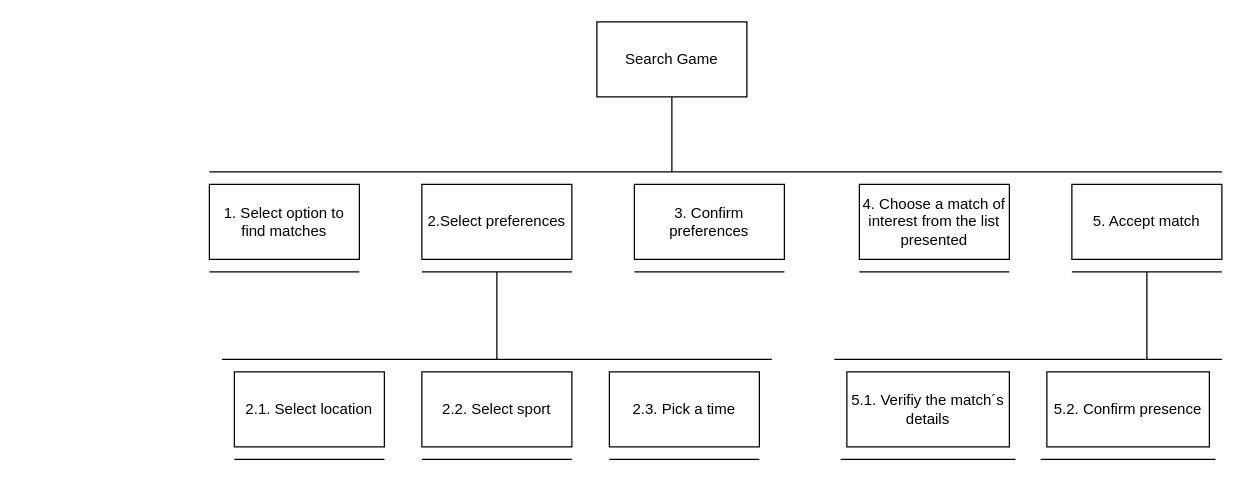
Before: docs/aux/task1.drawio in TQS-Project-25-26/SportsLink, a draw.io diagram. Source tidied: cells renumbered, new cells numbered last; positions are measured from the earlier drawing's top-left corner, leaving out a move shared by most shapes. Both pictures are drawn from the tidied source at 125%, with x=0, y=0 at pixel (209, 21).
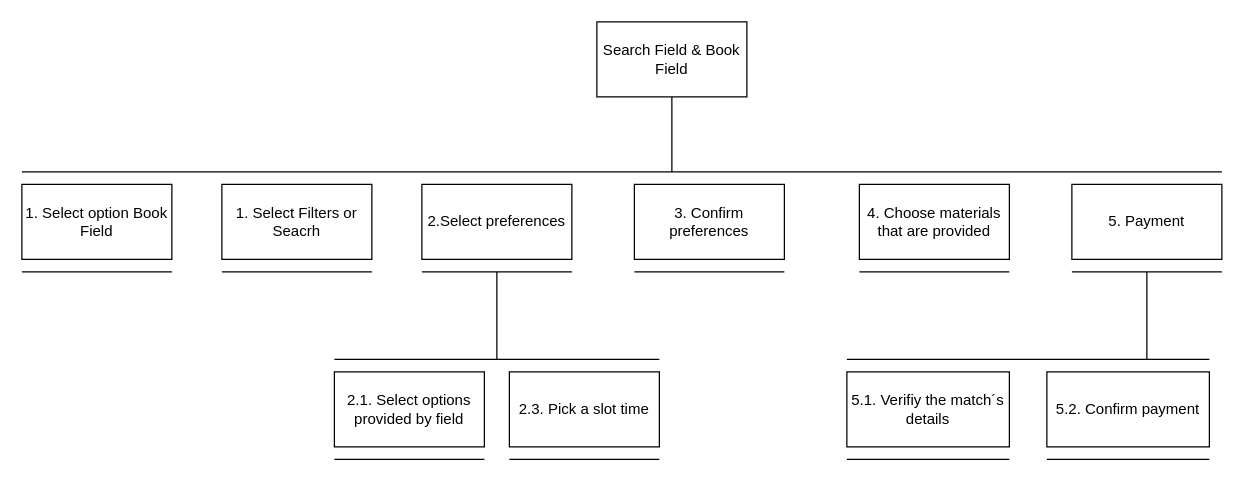
The same diagram, later.

Diff of the diagram source:
```diff
@@
-    <mxCell id="2" value="Search Game" style="rounded=0;whiteSpace=wrap;html=1;" parent="1" vertex="1">
+    <mxCell id="2" value="Search Field &amp;amp; Book Field" style="rounded=0;whiteSpace=wrap;html=1;" parent="1" vertex="1">
       <mxGeometry x="310" width="120" height="60" as="geometry" />
     </mxCell>
-    <mxCell id="3" value="1. S&lt;span&gt;elect option to find matches&lt;/span&gt;" style="rounded=0;whiteSpace=wrap;html=1;" parent="1" vertex="1">
-      <mxGeometry y="130" width="120" height="60" as="geometry" />
+    <mxCell id="3" value="1. S&lt;span&gt;elect option Book Field&lt;/span&gt;" style="rounded=0;whiteSpace=wrap;html=1;" parent="1" vertex="1">
+      <mxGeometry x="-150" y="130" width="120" height="60" as="geometry" />
     </mxCell>
@@
-    <mxCell id="6" value="4. Choose a match of interest from the list presented" style="rounded=0;whiteSpace=wrap;html=1;" parent="1" vertex="1">
+    <mxCell id="6" value="4. Choose materials that are provided" style="rounded=0;whiteSpace=wrap;html=1;" parent="1" vertex="1">
       <mxGeometry x="520" y="130" width="120" height="60" as="geometry" />
     </mxCell>
-    <mxCell id="7" value="5. Accept match" style="rounded=0;whiteSpace=wrap;html=1;" parent="1" vertex="1">
+    <mxCell id="7" value="5. Payment" style="rounded=0;whiteSpace=wrap;html=1;" parent="1" vertex="1">
       <mxGeometry x="690" y="130" width="120" height="60" as="geometry" />
     </mxCell>
@@
     <mxCell id="10" style="endArrow=none;html=1;" parent="1" edge="1">
       <mxGeometry relative="1" as="geometry">
-        <mxPoint y="120" as="sourcePoint" />
+        <mxPoint x="-150" y="120" as="sourcePoint" />
         <mxPoint x="810" y="120" as="targetPoint" />
       </mxGeometry>
     </mxCell>
     <mxCell id="11" style="endArrow=none;html=1;" parent="1" edge="1">
       <mxGeometry relative="1" as="geometry">
-        <mxPoint y="200" as="sourcePoint" />
-        <mxPoint x="120" y="200" as="targetPoint" />
+        <mxPoint x="-150" y="200" as="sourcePoint" />
+        <mxPoint x="-30" y="200" as="targetPoint" />
       </mxGeometry>
     </mxCell>
@@
     <mxCell id="15" style="endArrow=none;html=1;" parent="1" edge="1">
       <mxGeometry relative="1" as="geometry">
-        <mxPoint x="505" y="350" as="sourcePoint" />
-        <mxPoint x="645" y="350" as="targetPoint" />
+        <mxPoint x="510" y="350" as="sourcePoint" />
+        <mxPoint x="640" y="350" as="targetPoint" />
       </mxGeometry>
     </mxCell>
@@
     <mxCell id="17" style="endArrow=none;html=1;" parent="1" edge="1">
       <mxGeometry relative="1" as="geometry">
-        <mxPoint x="10" y="270" as="sourcePoint" />
-        <mxPoint x="450" y="270" as="targetPoint" />
+        <mxPoint x="100" y="270" as="sourcePoint" />
+        <mxPoint x="360" y="270" as="targetPoint" />
       </mxGeometry>
     </mxCell>
-    <mxCell id="18" value="2.1. Select location" style="rounded=0;whiteSpace=wrap;html=1;" parent="1" vertex="1">
-      <mxGeometry x="20" y="280" width="120" height="60" as="geometry" />
+    <mxCell id="18" value="2.1. Select options provided by field" style="rounded=0;whiteSpace=wrap;html=1;" parent="1" vertex="1">
+      <mxGeometry x="100" y="280" width="120" height="60" as="geometry" />
     </mxCell>
-    <mxCell id="19" value="2.2. Select sport" style="rounded=0;whiteSpace=wrap;html=1;" parent="1" vertex="1">
-      <mxGeometry x="170" y="280" width="120" height="60" as="geometry" />
-    </mxCell>
-    <mxCell id="20" value="2.3. Pick a time" style="rounded=0;whiteSpace=wrap;html=1;" parent="1" vertex="1">
-      <mxGeometry x="320" y="280" width="120" height="60" as="geometry" />
+    <mxCell id="20" value="2.3. Pick a slot time" style="rounded=0;whiteSpace=wrap;html=1;" parent="1" vertex="1">
+      <mxGeometry x="240" y="280" width="120" height="60" as="geometry" />
     </mxCell>
     <mxCell id="21" style="endArrow=none;html=1;" parent="1" edge="1">
       <mxGeometry relative="1" as="geometry">
-        <mxPoint x="20" y="350" as="sourcePoint" />
-        <mxPoint x="140" y="350" as="targetPoint" />
+        <mxPoint x="100" y="350" as="sourcePoint" />
+        <mxPoint x="220" y="350" as="targetPoint" />
       </mxGeometry>
     </mxCell>
-    <mxCell id="22" style="endArrow=none;html=1;" parent="1" edge="1">
-      <mxGeometry relative="1" as="geometry">
-        <mxPoint x="170" y="350" as="sourcePoint" />
-        <mxPoint x="290" y="350" as="targetPoint" />
-      </mxGeometry>
-    </mxCell>
     <mxCell id="23" style="endArrow=none;html=1;" parent="1" edge="1">
       <mxGeometry relative="1" as="geometry">
-        <mxPoint x="320" y="350" as="sourcePoint" />
-        <mxPoint x="440" y="350" as="targetPoint" />
+        <mxPoint x="240" y="350" as="sourcePoint" />
+        <mxPoint x="360" y="350" as="targetPoint" />
       </mxGeometry>
     </mxCell>
     <mxCell id="24" style="endArrow=none;html=1;" parent="1" edge="1">
       <mxGeometry relative="1" as="geometry">
-        <mxPoint x="500" y="270" as="sourcePoint" />
-        <mxPoint x="810" y="270" as="targetPoint" />
+        <mxPoint x="510" y="270" as="sourcePoint" />
+        <mxPoint x="800" y="270" as="targetPoint" />
       </mxGeometry>
     </mxCell>
@@
-    <mxCell id="27" value="5.2. Confirm presence" style="rounded=0;whiteSpace=wrap;html=1;" parent="1" vertex="1">
+    <mxCell id="27" value="5.2. Confirm payment" style="rounded=0;whiteSpace=wrap;html=1;" parent="1" vertex="1">
       <mxGeometry x="670" y="280" width="130" height="60" as="geometry" />
     </mxCell>
     <mxCell id="28" style="endArrow=none;html=1;" parent="1" edge="1">
       <mxGeometry relative="1" as="geometry">
-        <mxPoint x="665" y="350" as="sourcePoint" />
-        <mxPoint x="805" y="350" as="targetPoint" />
+        <mxPoint x="670" y="350" as="sourcePoint" />
+        <mxPoint x="800" y="350" as="targetPoint" />
       </mxGeometry>
     </mxCell>
+    <mxCell id="29" value="1. S&lt;span&gt;elect Filters or Seacrh&lt;/span&gt;" style="rounded=0;whiteSpace=wrap;html=1;" parent="1" vertex="1">
+      <mxGeometry x="10" y="130" width="120" height="60" as="geometry" />
+    </mxCell>
+    <mxCell id="30" style="endArrow=none;html=1;" parent="1" edge="1">
+      <mxGeometry relative="1" as="geometry">
+        <mxPoint x="10" y="200" as="sourcePoint" />
+        <mxPoint x="130" y="200" as="targetPoint" />
+      </mxGeometry>
+    </mxCell>
```
